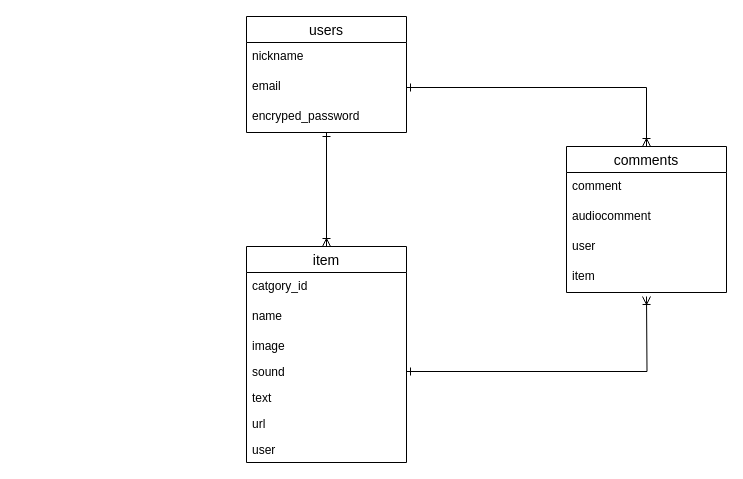
Above: sound-review.dio in sugiryota/Review (draw.io), before the change. Source tidied: cells renumbered, new cells numbered last; positions are measured from the earlier drawing's top-left corner, leaving out a move shared by most shapes. Both pictures are drawn from the tidied source at 100%, with x=0, y=0 at pixel (246, 16).
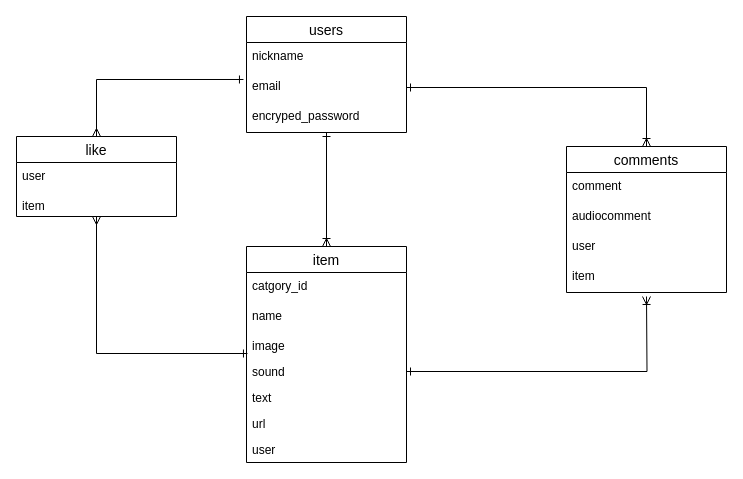
After the change.

Unchanged cells that the change refers to:
```xml
<mxCell id="5" value="email" style="text;strokeColor=none;fillColor=none;spacingLeft=4;spacingRight=4;overflow=hidden;points=[[0,0.5],[1,0.5]];portConstraint=eastwest;fontSize=12;" parent="3" vertex="1">
  <mxGeometry y="56" width="160" height="30" as="geometry" />
</mxCell>
<mxCell id="10" value="image" style="text;strokeColor=none;fillColor=none;spacingLeft=4;spacingRight=4;overflow=hidden;points=[[0,0.5],[1,0.5]];portConstraint=eastwest;fontSize=12;" parent="7" vertex="1">
  <mxGeometry y="86" width="160" height="26" as="geometry" />
</mxCell>
```

Diff of the diagram source:
```diff
@@
+    <mxCell id="22" style="edgeStyle=orthogonalEdgeStyle;rounded=0;jettySize=auto;html=1;entryX=-0.019;entryY=0.233;entryDx=0;entryDy=0;entryPerimeter=0;startArrow=ERmany;startFill=0;endArrow=ERone;endFill=0;" parent="1" edge="1" source="24" target="5">
+      <mxGeometry relative="1" as="geometry" />
+    </mxCell>
+    <mxCell id="23" style="edgeStyle=orthogonalEdgeStyle;rounded=0;jettySize=auto;html=1;entryX=0.006;entryY=0.808;entryDx=0;entryDy=0;entryPerimeter=0;startArrow=ERmany;startFill=0;endArrow=ERone;endFill=0;" parent="1" edge="1" source="24" target="10">
+      <mxGeometry relative="1" as="geometry" />
+    </mxCell>
+    <mxCell id="24" value="like" style="swimlane;fontStyle=0;horizontal=1;startSize=26;align=center;fontSize=14;" parent="1" vertex="1">
+      <mxGeometry x="-230" y="120" width="160" height="80" as="geometry" />
+    </mxCell>
+    <mxCell id="25" value="user" style="text;strokeColor=none;fillColor=none;spacingLeft=4;spacingRight=4;overflow=hidden;fontSize=12;" parent="24" vertex="1">
+      <mxGeometry y="26" width="160" height="30" as="geometry" />
+    </mxCell>
+    <mxCell id="26" value="item" style="text;strokeColor=none;fillColor=none;spacingLeft=4;spacingRight=4;overflow=hidden;fontSize=12;" parent="24" vertex="1">
+      <mxGeometry y="56" width="160" height="24" as="geometry" />
+    </mxCell>
```
